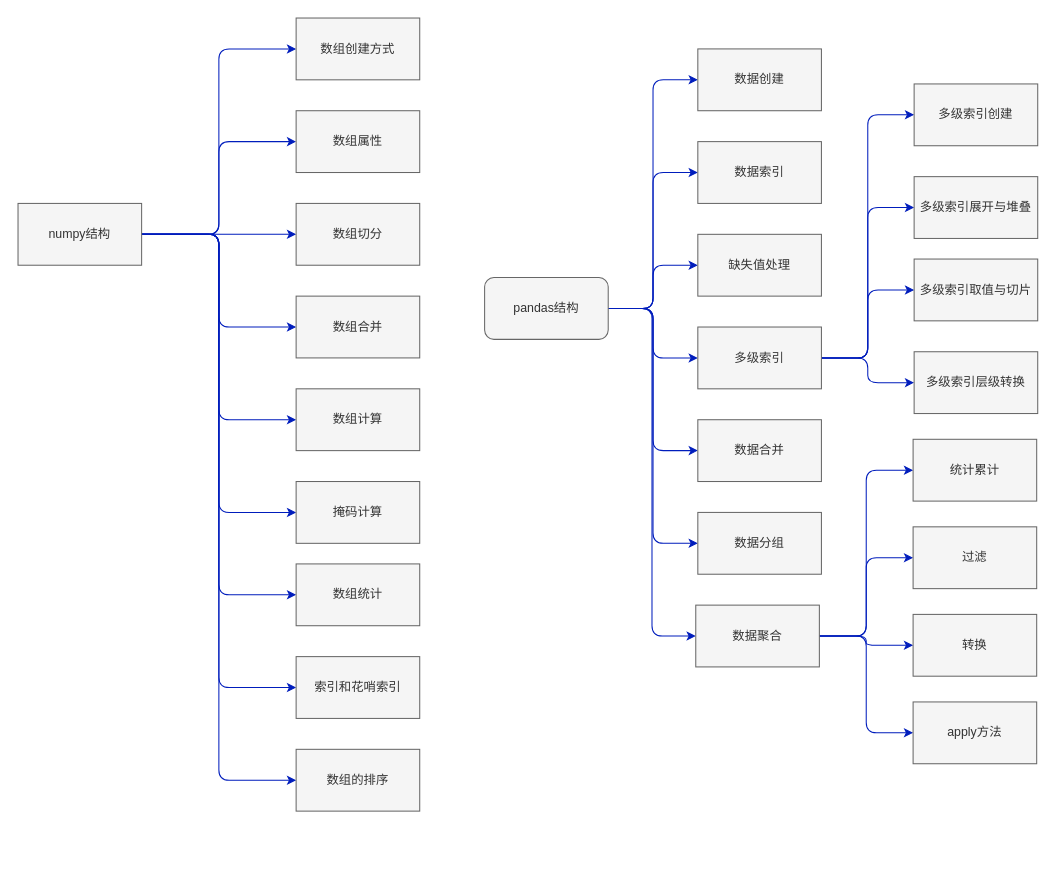
QHfirewater/data_science keeps this draw.io diagram as 数据科学手册流程图.drawio. Above is the earlier version. Source tidied: cells renumbered, new cells numbered last; positions are measured from the earlier drawing's top-left corner, leaving out a move shared by most shapes. Both pictures are drawn from the tidied source at 103%, with x=0, y=0 at pixel (18, 18).
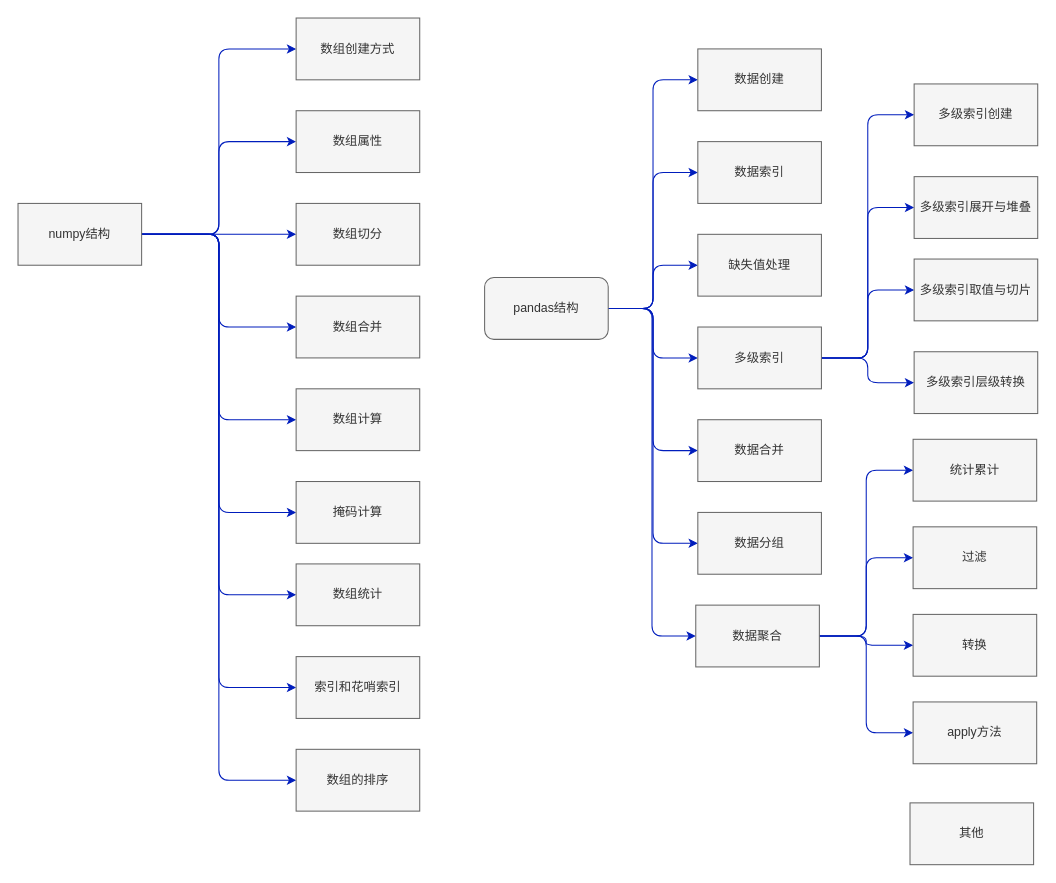
Above is the later version.

Change to the diagram source:
```diff
@@
+    <mxCell id="52" value="其他" style="rounded=0;whiteSpace=wrap;html=1;fontFamily=Helvetica;fontSize=12;fontColor=#333333;strokeColor=#666666;fillColor=#f5f5f5;" parent="1" vertex="1">
+      <mxGeometry x="866" y="762" width="120" height="60" as="geometry" />
+    </mxCell>
```
